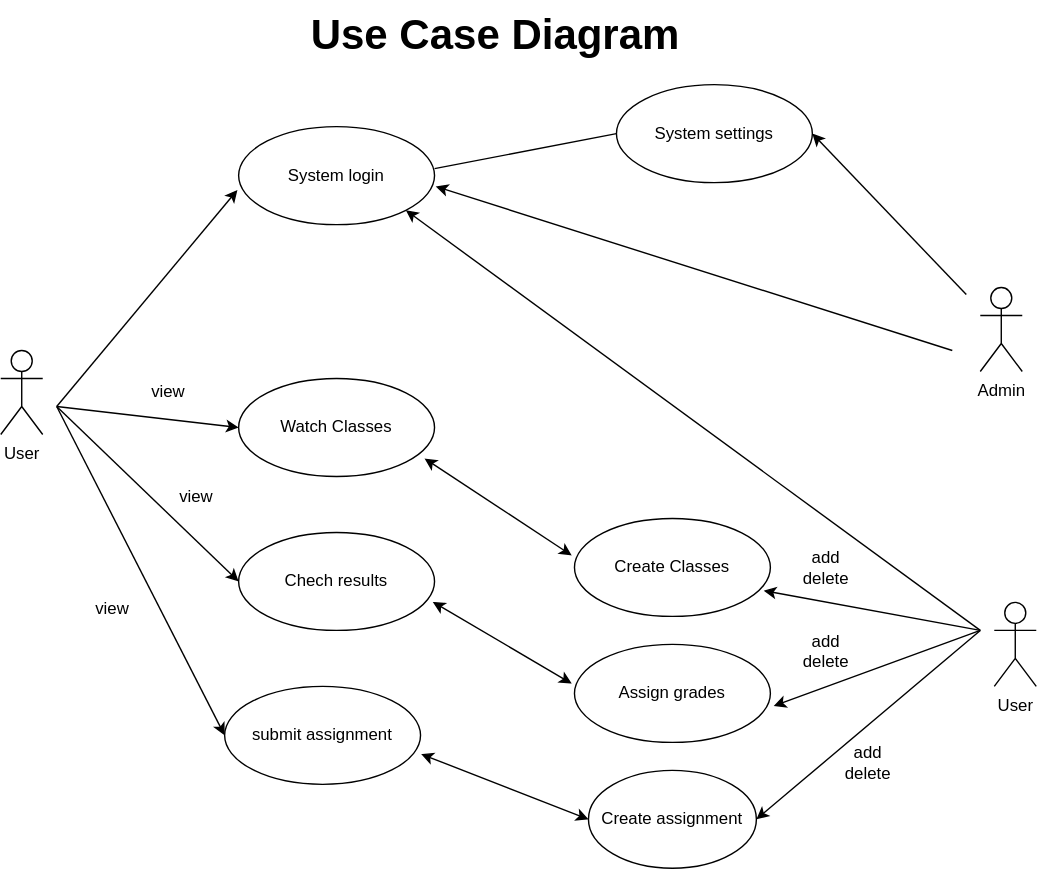
Before: yukariUseCaseDiagram.drawio.svg, a diagram exported from draw.io (ivondrak/SWE2025). Source tidied: cells renumbered, new cells last; positions are measured from the earlier drawing's top-left corner, leaving out a move shared by most shapes.
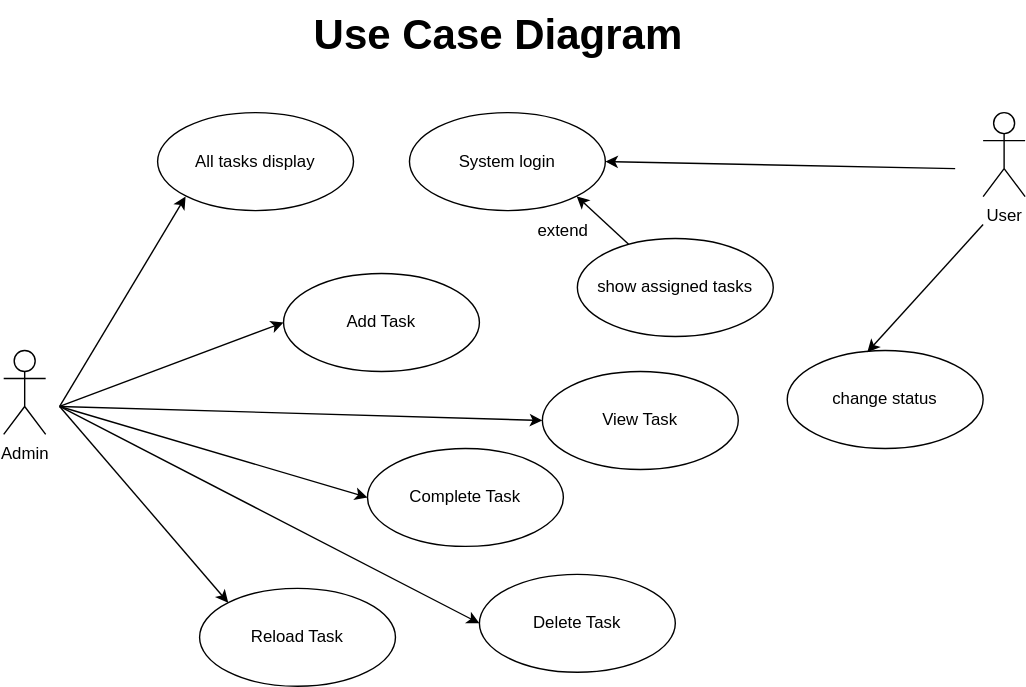
After the change.

The edit, as a diff of the source:
```diff
@@ -5,120 +5,85 @@
     <mxCell id="2" value="&lt;h1 style=&quot;margin-top: 0px;&quot;&gt;Use Case Diagram&lt;/h1&gt;&lt;div&gt;&lt;br&gt;&lt;/div&gt;" style="text;html=1;whiteSpace=wrap;overflow=hidden;rounded=0;fontSize=15;" parent="1" vertex="1">
       <mxGeometry x="220" width="280" height="50" as="geometry" />
     </mxCell>
-    <mxCell id="3" value="&lt;span style=&quot;color: rgb(0, 0, 0);&quot;&gt;Create assignment&lt;/span&gt;" style="ellipse;whiteSpace=wrap;html=1;" parent="1" vertex="1">
-      <mxGeometry x="420" y="550" width="120" height="70" as="geometry" />
+    <mxCell id="3" value="Complete Task" style="ellipse;whiteSpace=wrap;html=1;" parent="1" vertex="1">
+      <mxGeometry x="260" y="320" width="140" height="70" as="geometry" />
     </mxCell>
-    <mxCell id="4" value="Watch Classes" style="ellipse;whiteSpace=wrap;html=1;" parent="1" vertex="1">
-      <mxGeometry x="170" y="270" width="140" height="70" as="geometry" />
-    </mxCell>
-    <mxCell id="5" value="Chech results" style="ellipse;whiteSpace=wrap;html=1;" parent="1" vertex="1">
-      <mxGeometry x="170" y="380" width="140" height="70" as="geometry" />
-    </mxCell>
-    <mxCell id="6" value="System settings" style="ellipse;whiteSpace=wrap;html=1;" parent="1" vertex="1">
-      <mxGeometry x="440" y="60" width="140" height="70" as="geometry" />
-    </mxCell>
-    <mxCell id="7" value="User" style="shape=umlActor;verticalLabelPosition=bottom;verticalAlign=top;html=1;" parent="1" vertex="1">
+    <mxCell id="7" value="Admin" style="shape=umlActor;verticalLabelPosition=bottom;verticalAlign=top;html=1;" parent="1" vertex="1">
       <mxGeometry y="250" width="30" height="60" as="geometry" />
     </mxCell>
-    <mxCell id="8" value="&lt;span style=&quot;color: rgb(0, 0, 0);&quot;&gt;submit assignment&lt;/span&gt;" style="ellipse;whiteSpace=wrap;html=1;" parent="1" vertex="1">
-      <mxGeometry x="160" y="490" width="140" height="70" as="geometry" />
-    </mxCell>
-    <mxCell id="9" value="Assign grades" style="ellipse;whiteSpace=wrap;html=1;" parent="1" vertex="1">
-      <mxGeometry x="410" y="460" width="140" height="70" as="geometry" />
+    <mxCell id="9" value="View Task" style="ellipse;whiteSpace=wrap;html=1;" parent="1" vertex="1">
+      <mxGeometry x="385" y="265" width="140" height="70" as="geometry" />
     </mxCell>
-    <mxCell id="10" value="User" style="shape=umlActor;verticalLabelPosition=bottom;verticalAlign=top;html=1;" parent="1" vertex="1">
-      <mxGeometry x="710" y="430" width="30" height="60" as="geometry" />
-    </mxCell>
-    <mxCell id="11" value="Admin" style="shape=umlActor;verticalLabelPosition=bottom;verticalAlign=top;html=1;" parent="1" vertex="1">
-      <mxGeometry x="700" y="205" width="30" height="60" as="geometry" />
+    <mxCell id="11" value="User" style="shape=umlActor;verticalLabelPosition=bottom;verticalAlign=top;html=1;" parent="1" vertex="1">
+      <mxGeometry x="700" y="80" width="30" height="60" as="geometry" />
     </mxCell>
-    <mxCell id="12" style="endArrow=classic;startArrow=classic;html=1;entryX=-0.014;entryY=0.4;entryDx=0;entryDy=0;entryPerimeter=0;exitX=0.991;exitY=0.709;exitDx=0;exitDy=0;exitPerimeter=0;" parent="1" edge="1" source="5" target="9">
-      <mxGeometry relative="1" as="geometry" />
-    </mxCell>
-    <mxCell id="13" style="endArrow=classic;startArrow=classic;html=1;entryX=0;entryY=0.5;entryDx=0;entryDy=0;exitX=1.003;exitY=0.691;exitDx=0;exitDy=0;exitPerimeter=0;" parent="1" edge="1" source="8" target="3">
-      <mxGeometry relative="1" as="geometry" />
-    </mxCell>
-    <mxCell id="14" value="Create Classes" style="ellipse;whiteSpace=wrap;html=1;" parent="1" vertex="1">
-      <mxGeometry x="410" y="370" width="140" height="70" as="geometry" />
+    <mxCell id="14" value="Add Task" style="ellipse;whiteSpace=wrap;html=1;" parent="1" vertex="1">
+      <mxGeometry x="200" y="195" width="140" height="70" as="geometry" />
     </mxCell>
-    <mxCell id="15" style="endArrow=classic;startArrow=classic;html=1;entryX=-0.014;entryY=0.377;entryDx=0;entryDy=0;entryPerimeter=0;exitX=0.949;exitY=0.817;exitDx=0;exitDy=0;exitPerimeter=0;" parent="1" edge="1" source="4" target="14">
-      <mxGeometry relative="1" as="geometry" />
-    </mxCell>
     <mxCell id="16" value="System login" style="ellipse;whiteSpace=wrap;html=1;" parent="1" vertex="1">
-      <mxGeometry x="170" y="90" width="140" height="70" as="geometry" />
+      <mxGeometry x="290" y="80" width="140" height="70" as="geometry" />
     </mxCell>
-    <mxCell id="17" style="endArrow=classic;html=1;entryX=-0.006;entryY=0.646;entryDx=0;entryDy=0;entryPerimeter=0;" parent="1" edge="1" target="16">
-      <mxGeometry relative="1" as="geometry">
-        <mxPoint x="40" y="290" as="sourcePoint" />
-      </mxGeometry>
-    </mxCell>
-    <mxCell id="18" style="endArrow=classic;html=1;entryX=1;entryY=1;entryDx=0;entryDy=0;" parent="1" edge="1" target="16">
-      <mxGeometry relative="1" as="geometry">
-        <mxPoint x="700" y="450" as="sourcePoint" />
-      </mxGeometry>
-    </mxCell>
-    <mxCell id="19" style="endArrow=classic;html=1;entryX=1.006;entryY=0.611;entryDx=0;entryDy=0;entryPerimeter=0;" parent="1" edge="1" target="16">
-      <mxGeometry relative="1" as="geometry">
-        <mxPoint x="680" y="250" as="sourcePoint" />
-      </mxGeometry>
-    </mxCell>
-    <mxCell id="20" style="endArrow=none;html=1;entryX=0;entryY=0.5;entryDx=0;entryDy=0;" parent="1" edge="1" target="6">
-      <mxGeometry relative="1" as="geometry">
-        <mxPoint x="310" y="120" as="sourcePoint" />
-      </mxGeometry>
-    </mxCell>
-    <mxCell id="21" style="endArrow=classic;html=1;entryX=0;entryY=0.5;entryDx=0;entryDy=0;" parent="1" edge="1" target="4">
+    <mxCell id="21" style="endArrow=classic;html=1;entryX=0;entryY=0.5;entryDx=0;entryDy=0;" parent="1" edge="1" target="14">
       <mxGeometry relative="1" as="geometry">
         <mxPoint x="40" y="290" as="sourcePoint" />
       </mxGeometry>
     </mxCell>
-    <mxCell id="22" style="endArrow=classic;html=1;entryX=0;entryY=0.5;entryDx=0;entryDy=0;" parent="1" edge="1" target="5">
+    <mxCell id="22" style="endArrow=classic;html=1;entryX=0;entryY=0.5;entryDx=0;entryDy=0;" parent="1" edge="1" target="9">
       <mxGeometry relative="1" as="geometry">
         <mxPoint x="40" y="290" as="sourcePoint" />
       </mxGeometry>
     </mxCell>
-    <mxCell id="23" style="endArrow=classic;html=1;entryX=0;entryY=0.5;entryDx=0;entryDy=0;" parent="1" edge="1" target="8">
+    <mxCell id="23" style="endArrow=classic;html=1;entryX=0;entryY=0.5;entryDx=0;entryDy=0;" parent="1" edge="1" target="3">
       <mxGeometry relative="1" as="geometry">
         <mxPoint x="40" y="290" as="sourcePoint" />
       </mxGeometry>
     </mxCell>
-    <mxCell id="24" style="endArrow=classic;html=1;entryX=1;entryY=0.5;entryDx=0;entryDy=0;" parent="1" edge="1" target="6">
-      <mxGeometry relative="1" as="geometry">
-        <mxPoint x="690" y="210" as="sourcePoint" />
-      </mxGeometry>
-    </mxCell>
-    <mxCell id="25" style="endArrow=classic;html=1;entryX=0.966;entryY=0.737;entryDx=0;entryDy=0;entryPerimeter=0;" parent="1" edge="1" target="14">
-      <mxGeometry relative="1" as="geometry">
-        <mxPoint x="700" y="450" as="sourcePoint" />
-      </mxGeometry>
-    </mxCell>
-    <mxCell id="26" style="endArrow=classic;html=1;entryX=1.017;entryY=0.629;entryDx=0;entryDy=0;entryPerimeter=0;" parent="1" edge="1" target="9">
-      <mxGeometry relative="1" as="geometry">
-        <mxPoint x="700" y="450" as="sourcePoint" />
-      </mxGeometry>
-    </mxCell>
-    <mxCell id="27" style="endArrow=classic;html=1;entryX=1;entryY=0.5;entryDx=0;entryDy=0;" parent="1" edge="1" target="3">
-      <mxGeometry relative="1" as="geometry">
-        <mxPoint x="700" y="450" as="sourcePoint" />
-      </mxGeometry>
-    </mxCell>
-    <mxCell id="28" value="view" style="text;html=1;align=center;verticalAlign=middle;whiteSpace=wrap;rounded=0;" parent="1" vertex="1">
-      <mxGeometry x="90" y="265" width="60" height="30" as="geometry" />
-    </mxCell>
-    <mxCell id="29" value="add&lt;div&gt;delete&lt;/div&gt;" style="text;html=1;align=center;verticalAlign=middle;whiteSpace=wrap;rounded=0;" parent="1" vertex="1">
-      <mxGeometry x="560" y="390" width="60" height="30" as="geometry" />
-    </mxCell>
-    <mxCell id="30" value="add&lt;div&gt;delete&lt;/div&gt;" style="text;html=1;align=center;verticalAlign=middle;whiteSpace=wrap;rounded=0;" parent="1" vertex="1">
-      <mxGeometry x="560" y="450" width="60" height="30" as="geometry" />
-    </mxCell>
-    <mxCell id="31" value="view" style="text;html=1;align=center;verticalAlign=middle;whiteSpace=wrap;rounded=0;" parent="1" vertex="1">
-      <mxGeometry x="110" y="340" width="60" height="30" as="geometry" />
-    </mxCell>
-    <mxCell id="32" value="view" style="text;html=1;align=center;verticalAlign=middle;whiteSpace=wrap;rounded=0;" parent="1" vertex="1">
-      <mxGeometry x="50" y="420" width="60" height="30" as="geometry" />
-    </mxCell>
-    <mxCell id="33" value="add&amp;nbsp;&lt;div&gt;delete&lt;/div&gt;" style="text;html=1;align=center;verticalAlign=middle;whiteSpace=wrap;rounded=0;" parent="1" vertex="1">
-      <mxGeometry x="590" y="530" width="60" height="30" as="geometry" />
-    </mxCell>
+    <mxCell id="34" value="Delete Task" style="ellipse;whiteSpace=wrap;html=1;" parent="1" vertex="1">
+      <mxGeometry x="340" y="410" width="140" height="70" as="geometry" />
+    </mxCell>
+    <mxCell id="35" value="Reload Task" style="ellipse;whiteSpace=wrap;html=1;" parent="1" vertex="1">
+      <mxGeometry x="140" y="420" width="140" height="70" as="geometry" />
+    </mxCell>
+    <mxCell id="36" style="endArrow=classic;html=1;entryX=0;entryY=0.5;entryDx=0;entryDy=0;" parent="1" edge="1" target="34">
+      <mxGeometry relative="1" as="geometry">
+        <mxPoint x="40" y="290" as="sourcePoint" />
+      </mxGeometry>
+    </mxCell>
+    <mxCell id="37" style="endArrow=classic;html=1;entryX=0;entryY=0;entryDx=0;entryDy=0;" parent="1" edge="1" target="35">
+      <mxGeometry relative="1" as="geometry">
+        <mxPoint x="40" y="290" as="sourcePoint" />
+      </mxGeometry>
+    </mxCell>
+    <mxCell id="38" style="endArrow=classic;html=1;entryX=1;entryY=0.5;entryDx=0;entryDy=0;" parent="1" edge="1" target="16">
+      <mxGeometry relative="1" as="geometry">
+        <mxPoint x="680" y="120" as="sourcePoint" />
+      </mxGeometry>
+    </mxCell>
+    <mxCell id="39" value="show assigned tasks" style="ellipse;whiteSpace=wrap;html=1;" parent="1" vertex="1">
+      <mxGeometry x="410" y="170" width="140" height="70" as="geometry" />
+    </mxCell>
+    <mxCell id="40" value="All tasks display" style="ellipse;whiteSpace=wrap;html=1;" parent="1" vertex="1">
+      <mxGeometry x="110" y="80" width="140" height="70" as="geometry" />
+    </mxCell>
+    <mxCell id="41" value="change status" style="ellipse;whiteSpace=wrap;html=1;" parent="1" vertex="1">
+      <mxGeometry x="560" y="250" width="140" height="70" as="geometry" />
+    </mxCell>
+    <mxCell id="42" style="endArrow=classic;html=1;entryX=0.409;entryY=0.017;entryDx=0;entryDy=0;entryPerimeter=0;" parent="1" edge="1" target="41">
+      <mxGeometry relative="1" as="geometry">
+        <mxPoint x="700" y="160" as="sourcePoint" />
+      </mxGeometry>
+    </mxCell>
+    <mxCell id="43" value="extend" style="text;html=1;align=center;verticalAlign=middle;whiteSpace=wrap;rounded=0;" parent="1" vertex="1">
+      <mxGeometry x="370" y="150" width="60" height="30" as="geometry" />
+    </mxCell>
+    <mxCell id="44" style="endArrow=classic;html=1;entryX=1;entryY=1;entryDx=0;entryDy=0;" parent="1" edge="1" source="39" target="16">
+      <mxGeometry relative="1" as="geometry" />
+    </mxCell>
+    <mxCell id="45" style="endArrow=classic;html=1;" parent="1" edge="1">
+      <mxGeometry relative="1" as="geometry">
+        <mxPoint x="40" y="290" as="sourcePoint" />
+        <mxPoint x="130" y="140" as="targetPoint" />
+      </mxGeometry>
+    </mxCell>
   </root>
 </mxGraphModel>
```
